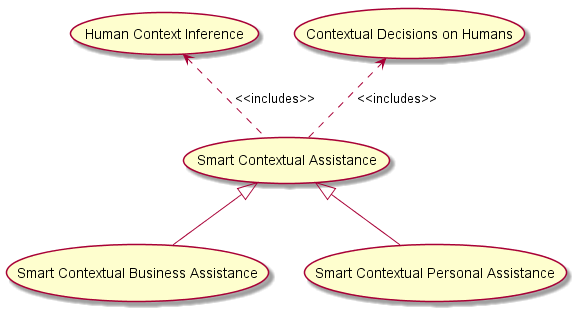
The PlantUML diagram docs/scenarios/smart-contextual-assistance/smart-contextual-assistance-use-cases.png in reTHINK-project/scenario-service-implementation, before a commit.
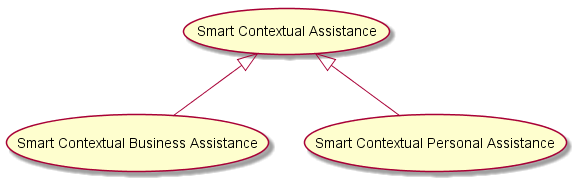
The same file after the commit.

What changed in the source:
```diff
@@ -3,11 +3,6 @@
 usecase (Smart Contextual Assistance) as assistUC
 usecase (Smart Contextual Business Assistance) as bizzAssistUC
 usecase (Smart Contextual Personal Assistance) as myAssistUC
-usecase (Human Context Inference) as humanCtxtUC
-usecase (Contextual Decisions on Humans) as smartHumanUC
-
-smartHumanUC <.. assistUC : <<includes>>
-humanCtxtUC <.. assistUC : <<includes>>
 
 assistUC <|-- bizzAssistUC
 assistUC <|-- myAssistUC
```
